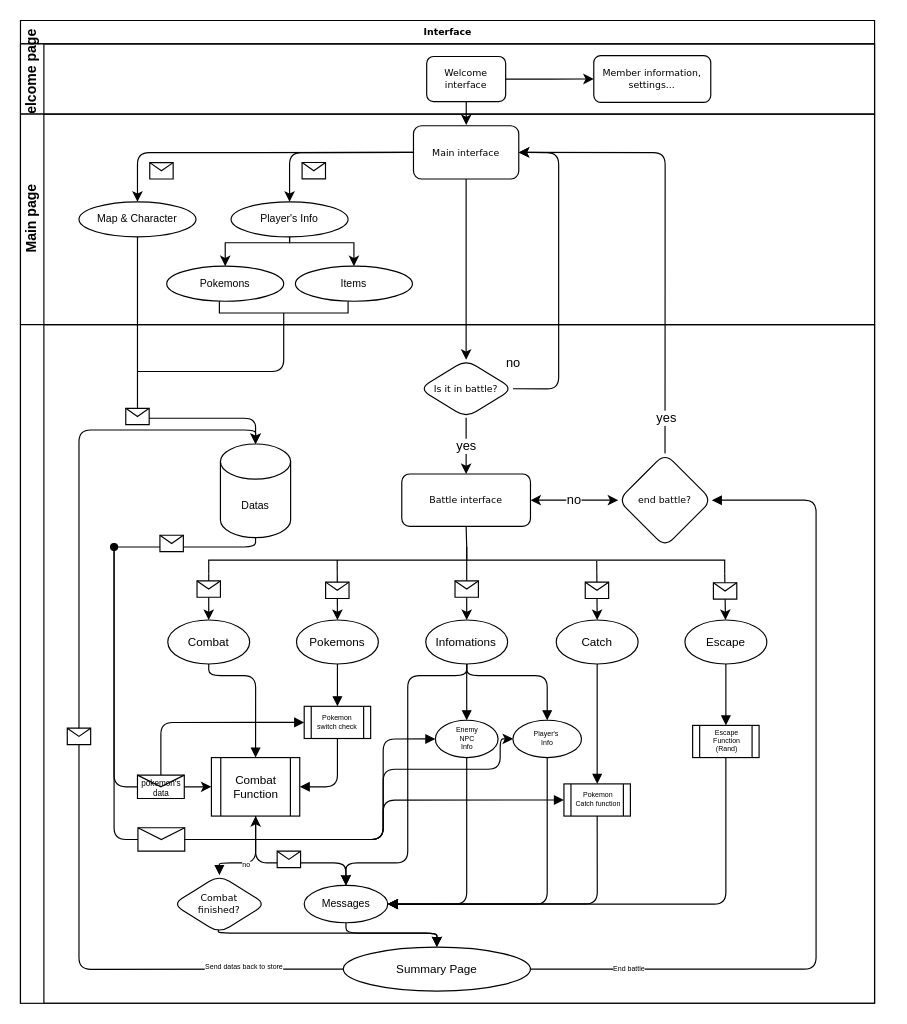
Before: Untitled Diagram.drawio in OuNiSang/ELEC320_code, a draw.io diagram. Source tidied: cells renumbered, new cells numbered last; positions are measured from the earlier drawing's top-left corner, leaving out a move shared by most shapes. Both pictures are drawn from the tidied source at 117%, with x=0, y=0 at pixel (20, 20).
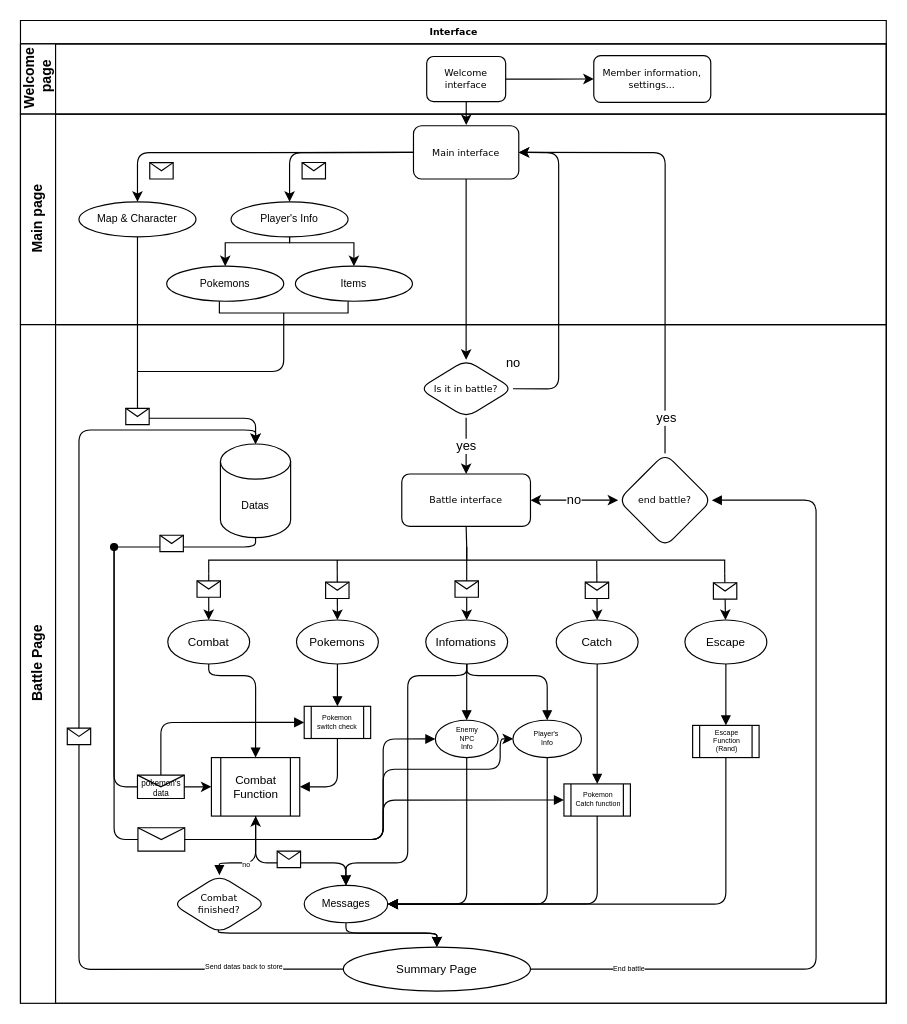
Above is the later version.

Change to the diagram source:
```diff
@@
     <mxCell id="2" value="Interface" style="swimlane;html=1;horizontal=1;startSize=20;rounded=0;shadow=0;labelBackgroundColor=none;strokeWidth=1;fontFamily=Verdana;fontSize=8;align=center;" parent="1" vertex="1">
-      <mxGeometry width="730" height="840" as="geometry" />
+      <mxGeometry width="740" height="840" as="geometry" />
     </mxCell>
-    <mxCell id="3" value="Welcome page" style="swimlane;html=1;startSize=20;horizontal=0;" parent="2" vertex="1">
-      <mxGeometry y="20" width="730" height="60" as="geometry" />
+    <mxCell id="3" value="Welcome&lt;br&gt;&amp;nbsp;page" style="swimlane;html=1;startSize=30;horizontal=0;" parent="2" vertex="1">
+      <mxGeometry y="20" width="740" height="60" as="geometry" />
     </mxCell>
@@
-    <mxCell id="7" value="Main page" style="swimlane;html=1;startSize=20;horizontal=0;" parent="2" vertex="1">
-      <mxGeometry y="80" width="730" height="180" as="geometry" />
+    <mxCell id="7" value="Main page" style="swimlane;html=1;startSize=30;horizontal=0;" parent="2" vertex="1">
+      <mxGeometry y="80" width="740" height="180" as="geometry" />
     </mxCell>
@@
-    <mxCell id="27" value="&amp;nbsp;" style="swimlane;html=1;startSize=20;horizontal=0;" parent="2" vertex="1">
-      <mxGeometry y="260" width="730" height="580" as="geometry" />
+    <mxCell id="27" value="Battle Page" style="swimlane;html=1;startSize=30;horizontal=0;" parent="2" vertex="1">
+      <mxGeometry y="260" width="740" height="580" as="geometry" />
     </mxCell>
```
